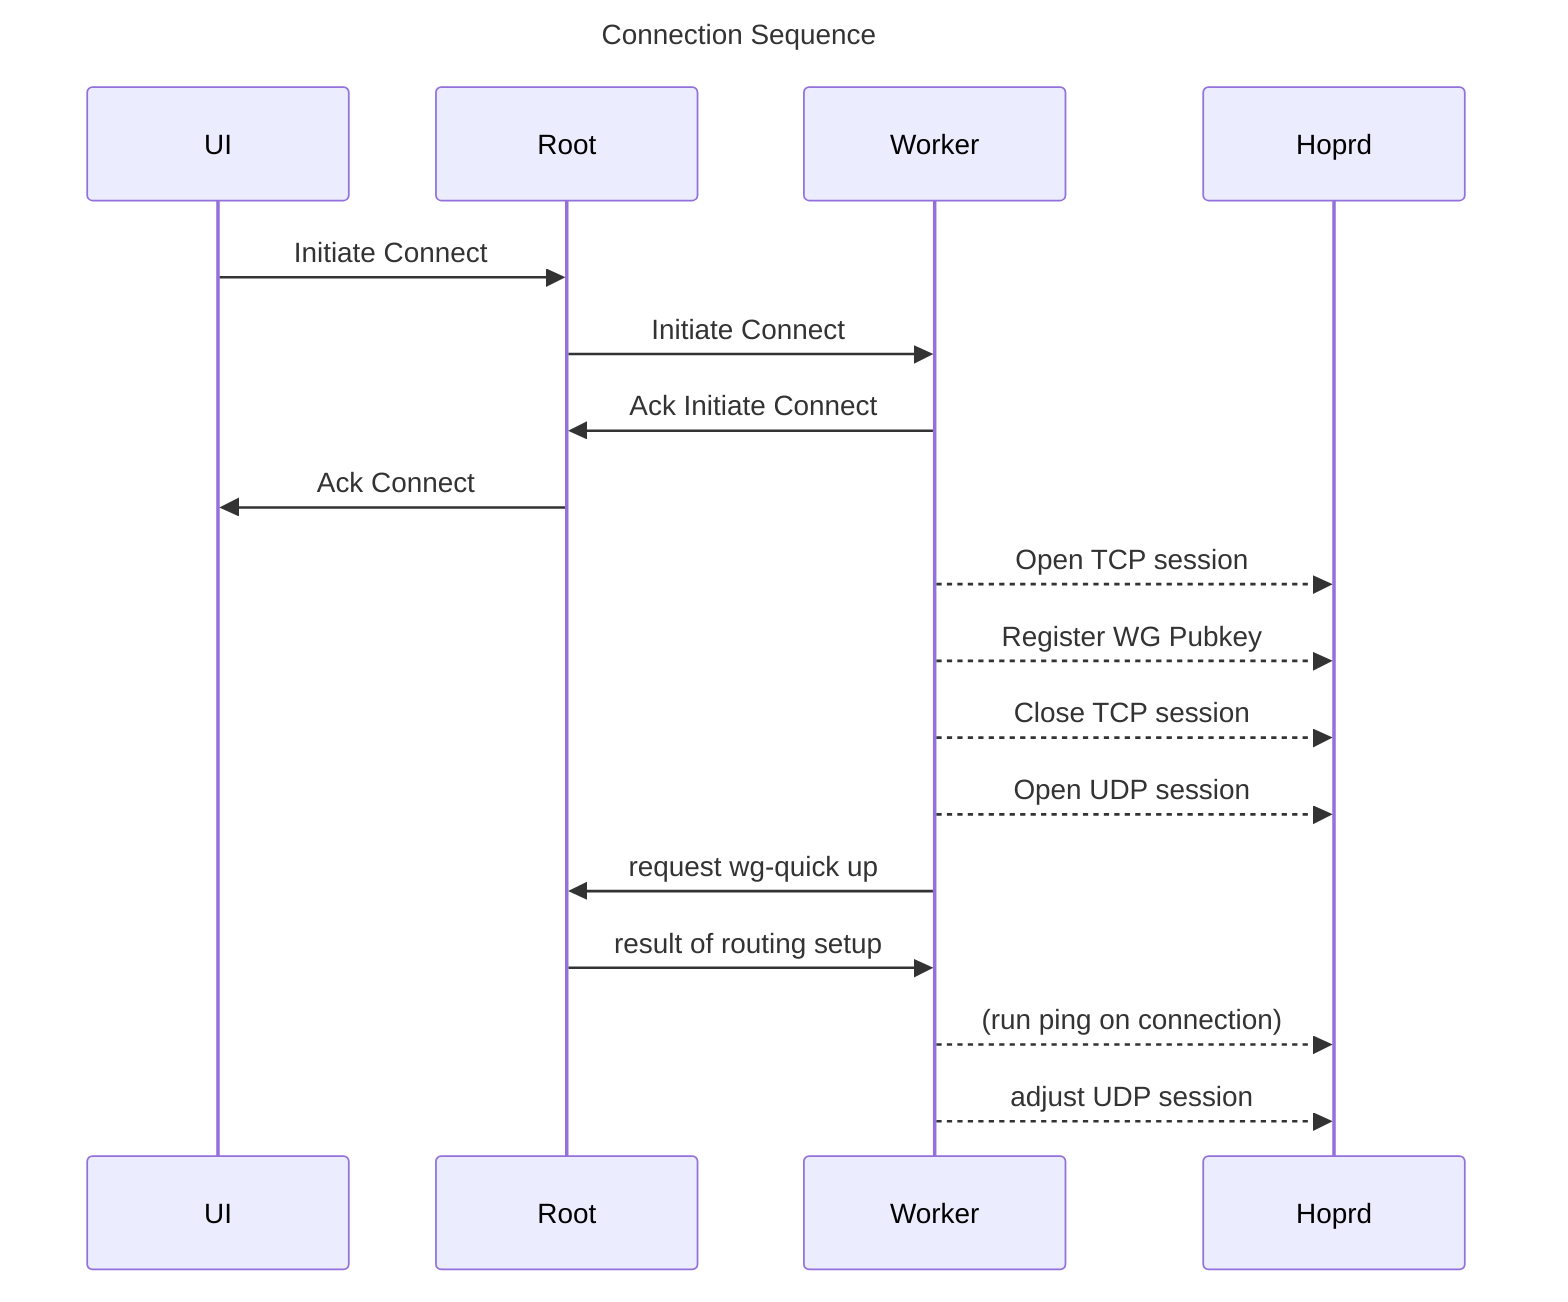
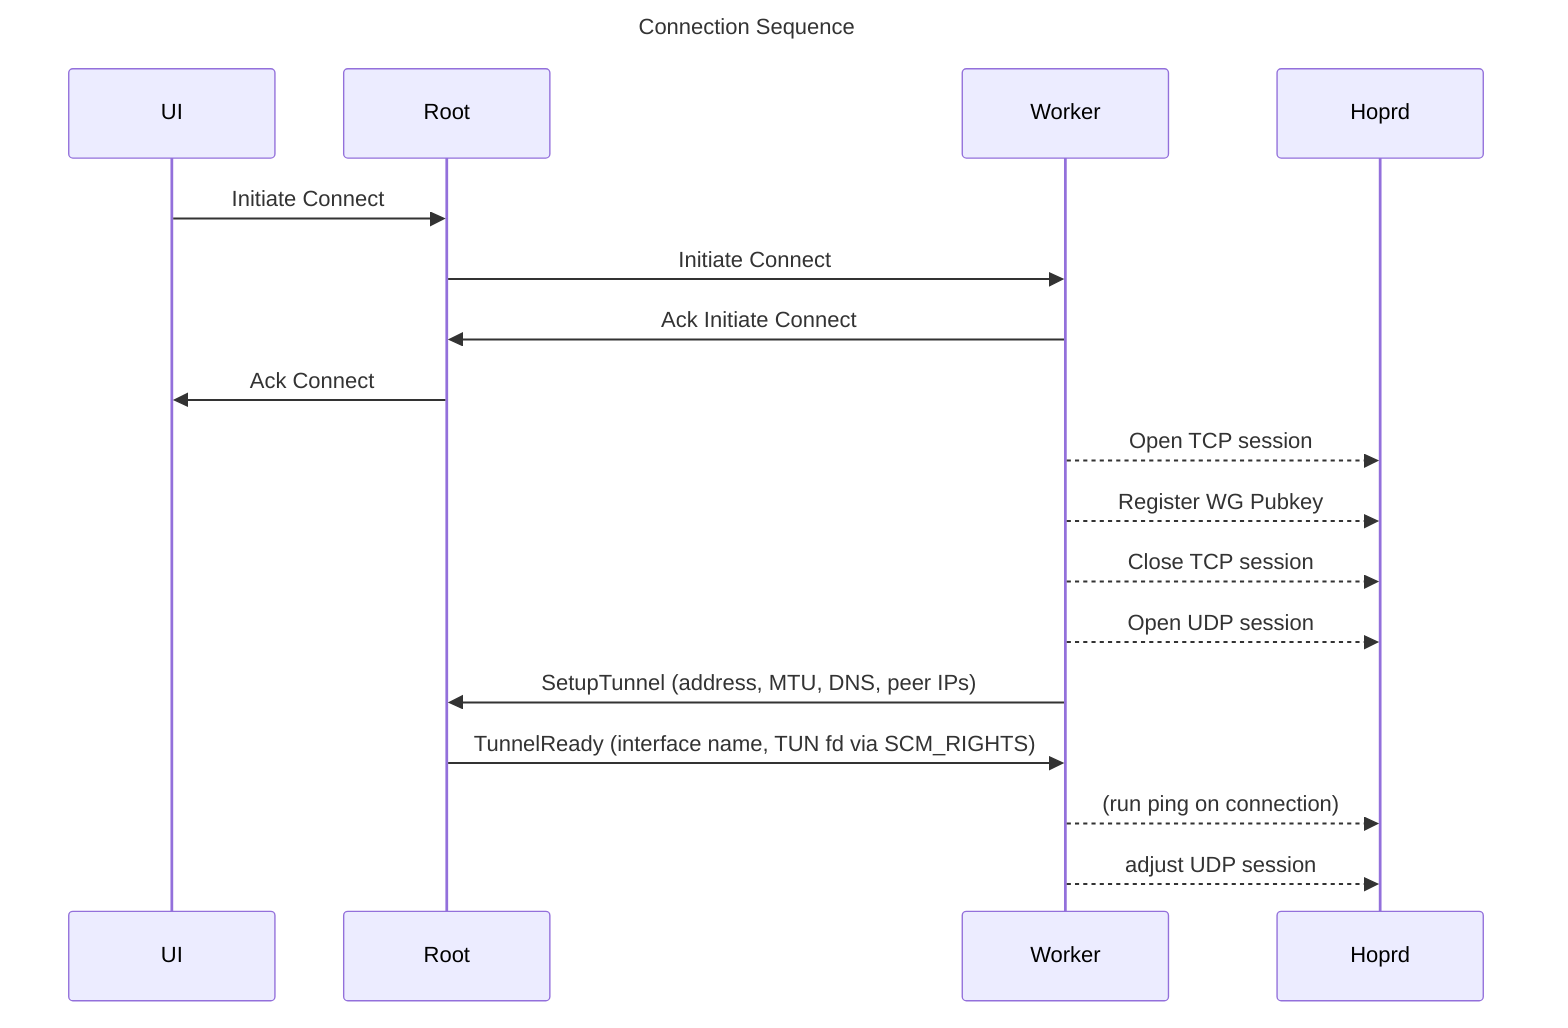
---
title: Connection Sequence
---
sequenceDiagram
    UI->>Root: Initiate Connect
    Root->>Worker: Initiate Connect
    Worker->>Root: Ack Initiate Connect
    Root->>UI: Ack Connect
    Worker-->>Hoprd: Open TCP session
    Worker-->>Hoprd: Register WG Pubkey
    Worker-->>Hoprd: Close TCP session
    Worker-->>Hoprd: Open UDP session
-     Worker->>Root: request wg-quick up
-     Root->>Worker: result of routing setup
+     Worker->>Root: SetupTunnel (address, MTU, DNS, peer IPs)
+     Root->>Worker: TunnelReady (interface name, TUN fd via SCM_RIGHTS)
    Worker-->>Hoprd: (run ping on connection)
    Worker-->>Hoprd: adjust UDP session
